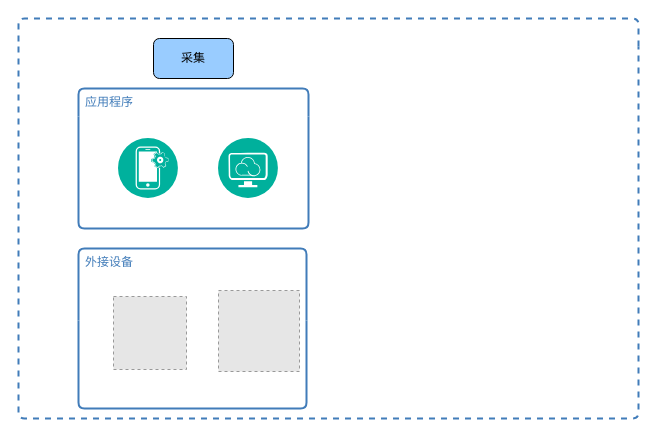
youzhanghao/youzhanghao.github.io keeps this draw.io diagram as _posts/Untitled Diagram.drawio. Above is the earlier version. Source tidied: cells renumbered, new cells numbered last; positions are measured from the earlier drawing's top-left corner, leaving out a move shared by most shapes. Both pictures are drawn from the tidied source at 100%, with x=0, y=0 at pixel (18, 18). Pictures stored in the file or linked from it are replaced by grey dashed boxes.
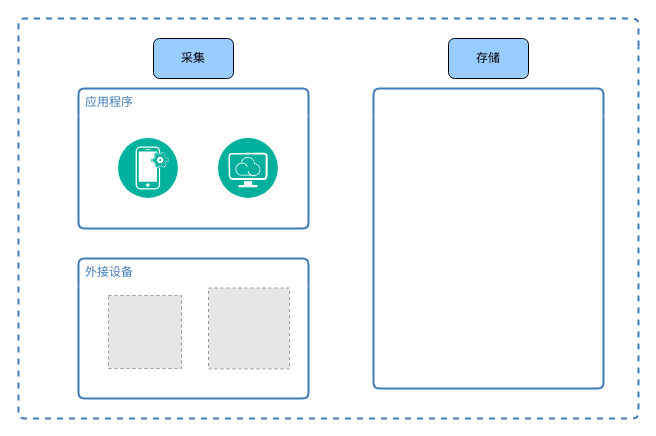
The same diagram, later.

Change to the diagram source:
```diff
@@
 <mxGraphModel background="#ffffff">
   <root>
     <mxCell id="0" />
     <mxCell id="1" parent="0" />
     <mxCell id="2" style="swimlane;fontStyle=0;horizontal=1;startSize=28;swimlaneLine=0;swimlaneFillColor=none;fillColor=none;rounded=1;whiteSpace=wrap;html=1;absoluteArcSize=1;arcSize=12;strokeColor=#417CB9;fillColor=none;fontColor=#417CB9;verticalAlign=top;align=left;spacingLeft=5;dashed=1;strokeWidth=2;" parent="1" vertex="1">
       <mxGeometry width="620" height="400" as="geometry" />
     </mxCell>
     <mxCell id="3" value="应用程序" style="swimlane;fontStyle=0;horizontal=1;startSize=28;swimlaneLine=0;swimlaneFillColor=none;fillColor=none;rounded=1;whiteSpace=wrap;html=1;absoluteArcSize=1;arcSize=12;strokeColor=#417CB9;fontColor=#417CB9;verticalAlign=top;align=left;spacingLeft=5;dashed=0;strokeWidth=2;" parent="2" vertex="1">
       <mxGeometry x="60" y="70" width="230" height="140" as="geometry" />
     </mxCell>
     <mxCell id="4" style="perimeter=ellipsePerimeter;html=1;align=center;shadow=0;dashed=0;image;image=img/lib/ibm/management/device_management.svg;" parent="3" vertex="1">
       <mxGeometry x="40" y="50" width="60" height="60" as="geometry" />
     </mxCell>
     <mxCell id="5" style="perimeter=ellipsePerimeter;html=1;align=center;shadow=0;dashed=0;image;image=img/lib/ibm/management/provider_cloud_portal_service.svg;" parent="3" vertex="1">
       <mxGeometry x="140" y="50" width="60" height="60" as="geometry" />
     </mxCell>
     <mxCell id="6" value="采集" style="rounded=1;whiteSpace=wrap;html=1;strokeColor=#000000;fillColor=#99CCFF;" parent="2" vertex="1">
       <mxGeometry x="135" y="20" width="80" height="40" as="geometry" />
     </mxCell>
-    <mxCell id="7" value="外接设备" style="swimlane;fontStyle=0;horizontal=1;startSize=72;swimlaneLine=0;swimlaneFillColor=none;fillColor=none;rounded=1;whiteSpace=wrap;html=1;absoluteArcSize=1;arcSize=12;strokeColor=#417CB9;fontColor=#417CB9;verticalAlign=top;align=left;spacingLeft=5;dashed=0;strokeWidth=2;" parent="2" vertex="1">
-      <mxGeometry x="60" y="230" width="228" height="160" as="geometry" />
+    <mxCell id="7" value="外接设备" style="swimlane;fontStyle=0;horizontal=1;startSize=28;swimlaneLine=0;swimlaneFillColor=none;fillColor=none;rounded=1;whiteSpace=wrap;html=1;absoluteArcSize=1;arcSize=12;strokeColor=#417CB9;fontColor=#417CB9;verticalAlign=top;align=left;spacingLeft=5;dashed=0;strokeWidth=2;" parent="2" vertex="1">
+      <mxGeometry x="60" y="240" width="230" height="140" as="geometry" />
     </mxCell>
     <mxCell id="8" style="fillColor=#E6E6E6;strokeColor=#999999;dashed=1;html=1;verticalAlign=top;verticalLabelPosition=bottom;labelBackgroundColor=#ffffff;" parent="7" vertex="1">
-      <mxGeometry x="35" y="48" width="73" height="73" as="geometry" />
+      <mxGeometry x="30" y="37" width="73" height="73" as="geometry" />
     </mxCell>
     <mxCell id="9" style="fillColor=#E6E6E6;strokeColor=#999999;dashed=1;html=1;verticalAlign=top;verticalLabelPosition=bottom;labelBackgroundColor=#ffffff;" parent="7" vertex="1">
-      <mxGeometry x="140" y="42" width="81" height="81" as="geometry" />
+      <mxGeometry x="130" y="29.5" width="81" height="81" as="geometry" />
     </mxCell>
+    <mxCell id="10" value="存储" style="rounded=1;whiteSpace=wrap;html=1;strokeColor=#000000;fillColor=#99CCFF;" parent="2" vertex="1">
+      <mxGeometry x="430" y="20" width="80" height="40" as="geometry" />
+    </mxCell>
+    <mxCell id="11" style="swimlane;fontStyle=0;horizontal=1;startSize=28;swimlaneLine=0;swimlaneFillColor=none;fillColor=none;rounded=1;whiteSpace=wrap;html=1;absoluteArcSize=1;arcSize=12;strokeColor=#417CB9;fontColor=#417CB9;verticalAlign=top;align=left;spacingLeft=5;dashed=0;strokeWidth=2;" parent="2" vertex="1">
+      <mxGeometry x="355" y="70" width="230" height="300" as="geometry" />
+    </mxCell>
   </root>
 </mxGraphModel>
```
